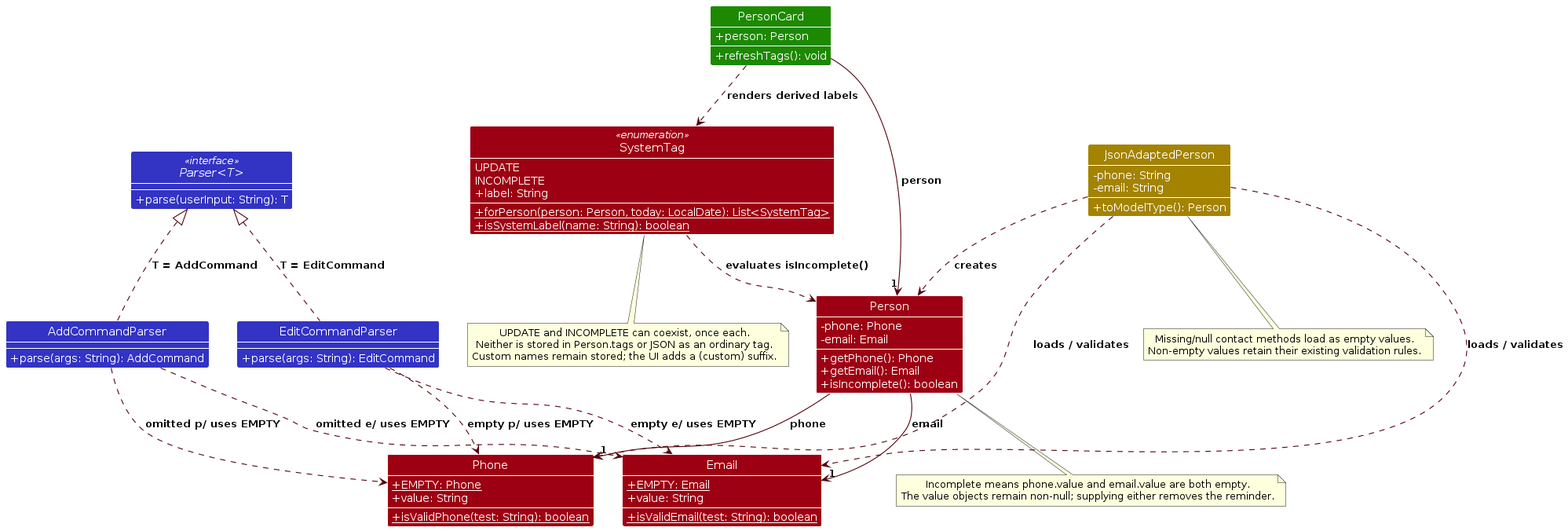
The PlantUML diagram diagrams/IncompleteReminderClassDiagram.png in AY2627S1-CS2103T-F15-3/tp, before a commit. Its source is kept beside it as diagrams/IncompleteReminderClassDiagram.puml. Its diagram source:
```plantuml
@startuml
!include style.puml
show members
skinparam classAttributeIconSize 0
skinparam classAttributeFontColor #FFFFFF
skinparam genericDisplay old
skinparam arrowThickness 1.1
skinparam arrowColor MODEL_COLOR_T4
skinparam classBackgroundColor MODEL_COLOR
top to bottom direction

interface "Parser<T>" as Parser <<interface>> LOGIC_COLOR {
  +parse(userInput: String): T
}
class AddCommandParser LOGIC_COLOR {
  +parse(args: String): AddCommand
}
class EditCommandParser LOGIC_COLOR {
  +parse(args: String): EditCommand
}
class Person {
  -phone: Phone
  -email: Email
  +getPhone(): Phone
  +getEmail(): Email
  +isIncomplete(): boolean
}
class Phone {
  {static} +EMPTY: Phone
  +value: String
  {static} +isValidPhone(test: String): boolean
}
class Email {
  {static} +EMPTY: Email
  +value: String
  {static} +isValidEmail(test: String): boolean
}
enum SystemTag <<enumeration>> {
  UPDATE
  INCOMPLETE
  +label: String
  {static} +forPerson(person: Person, today: LocalDate): List<SystemTag>
  {static} +isSystemLabel(name: String): boolean
}
class PersonCard UI_COLOR {
  +person: Person
  +refreshTags(): void
}
class JsonAdaptedPerson STORAGE_COLOR {
  -phone: String
  -email: String
  +toModelType(): Person
}

AddCommandParser .up.|> Parser : T = AddCommand
EditCommandParser .up.|> Parser : T = EditCommand
AddCommandParser ..> Phone : omitted p/ uses EMPTY
AddCommandParser ..> Email : omitted e/ uses EMPTY
EditCommandParser ..> Phone : empty p/ uses EMPTY
EditCommandParser ..> Email : empty e/ uses EMPTY
Person --> "1" Phone : phone
Person --> "1" Email : email
SystemTag ..> Person : evaluates isIncomplete()
PersonCard --> "1" Person : person
PersonCard ..> SystemTag : renders derived labels
JsonAdaptedPerson ..> Person : creates
JsonAdaptedPerson ..> Phone : loads / validates
JsonAdaptedPerson ..> Email : loads / validates

note bottom of Person
  Incomplete means phone.value and email.value are both empty.
  The value objects remain non-null; supplying either removes the reminder.
end note
note bottom of SystemTag
  UPDATE and INCOMPLETE can coexist, once each.
  Neither is stored in Person.tags or JSON as an ordinary tag.
  Custom names remain stored; the UI adds a (custom) suffix.
end note
note bottom of JsonAdaptedPerson
  Missing/null contact methods load as empty values.
  Non-empty values retain their existing validation rules.
end note
@enduml
```
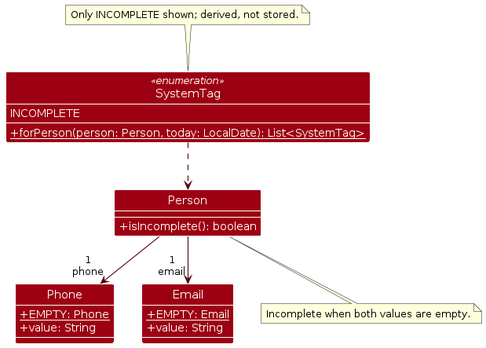
Above is the later version.

The edit, as a diff of the source:
```diff
@@ -7,77 +7,33 @@
 skinparam arrowThickness 1.1
 skinparam arrowColor MODEL_COLOR_T4
 skinparam classBackgroundColor MODEL_COLOR
+skinparam ArrowFontStyle plain
 top to bottom direction
 
-interface "Parser<T>" as Parser <<interface>> LOGIC_COLOR {
-  +parse(userInput: String): T
-}
-class AddCommandParser LOGIC_COLOR {
-  +parse(args: String): AddCommand
-}
-class EditCommandParser LOGIC_COLOR {
-  +parse(args: String): EditCommand
+enum SystemTag <<enumeration>> {
+  INCOMPLETE
+  {static} +forPerson(person: Person, today: LocalDate): List<SystemTag>
 }
 class Person {
-  -phone: Phone
-  -email: Email
-  +getPhone(): Phone
-  +getEmail(): Email
   +isIncomplete(): boolean
 }
 class Phone {
   {static} +EMPTY: Phone
   +value: String
-  {static} +isValidPhone(test: String): boolean
 }
 class Email {
   {static} +EMPTY: Email
   +value: String
-  {static} +isValidEmail(test: String): boolean
-}
-enum SystemTag <<enumeration>> {
-  UPDATE
-  INCOMPLETE
-  +label: String
-  {static} +forPerson(person: Person, today: LocalDate): List<SystemTag>
-  {static} +isSystemLabel(name: String): boolean
-}
-class PersonCard UI_COLOR {
-  +person: Person
-  +refreshTags(): void
-}
-class JsonAdaptedPerson STORAGE_COLOR {
-  -phone: String
-  -email: String
-  +toModelType(): Person
 }
 
-AddCommandParser .up.|> Parser : T = AddCommand
-EditCommandParser .up.|> Parser : T = EditCommand
-AddCommandParser ..> Phone : omitted p/ uses EMPTY
-AddCommandParser ..> Email : omitted e/ uses EMPTY
-EditCommandParser ..> Phone : empty p/ uses EMPTY
-EditCommandParser ..> Email : empty e/ uses EMPTY
-Person --> "1" Phone : phone
-Person --> "1" Email : email
-SystemTag ..> Person : evaluates isIncomplete()
-PersonCard --> "1" Person : person
-PersonCard ..> SystemTag : renders derived labels
-JsonAdaptedPerson ..> Person : creates
-JsonAdaptedPerson ..> Phone : loads / validates
-JsonAdaptedPerson ..> Email : loads / validates
+SystemTag ..> Person
+Person --> "1\nphone" Phone
+Person --> "1\nemail" Email
 
 note bottom of Person
-  Incomplete means phone.value and email.value are both empty.
-  The value objects remain non-null; supplying either removes the reminder.
+  Incomplete when both values are empty.
 end note
-note bottom of SystemTag
-  UPDATE and INCOMPLETE can coexist, once each.
-  Neither is stored in Person.tags or JSON as an ordinary tag.
-  Custom names remain stored; the UI adds a (custom) suffix.
-end note
-note bottom of JsonAdaptedPerson
-  Missing/null contact methods load as empty values.
-  Non-empty values retain their existing validation rules.
+note top of SystemTag
+  Only INCOMPLETE shown; derived, not stored.
 end note
 @enduml
```
